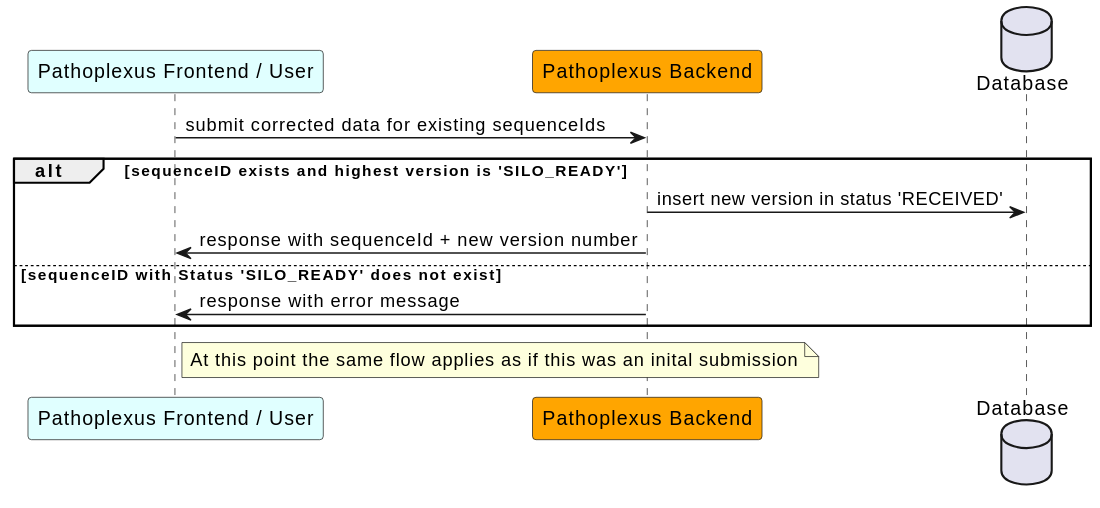
Before: backend/docs/plantuml/sequenceRevision.svg, a diagram exported from PlantUML (loculus-project/loculus).
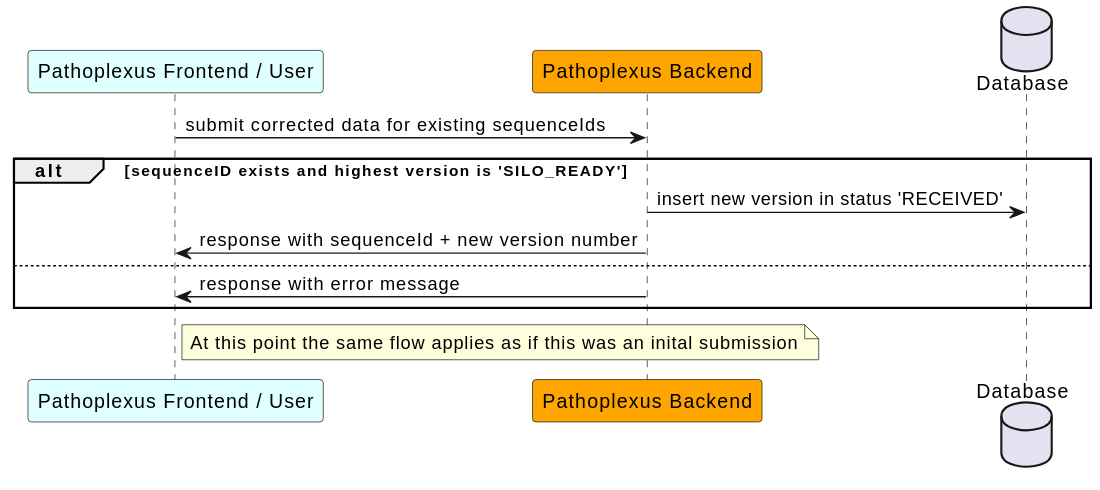
The same file after the commit.

Change to the diagram source:
```diff
@@ -9,7 +9,7 @@
     alt sequenceID exists and highest version is 'SILO_READY'
         backend -> DB: insert new version in status 'RECEIVED'
     backend -> frontend: response with sequenceId + new version number
-    else sequenceID with Status 'SILO_READY' does not exist
+    else
         backend -> frontend: response with error message
     end
 
```
